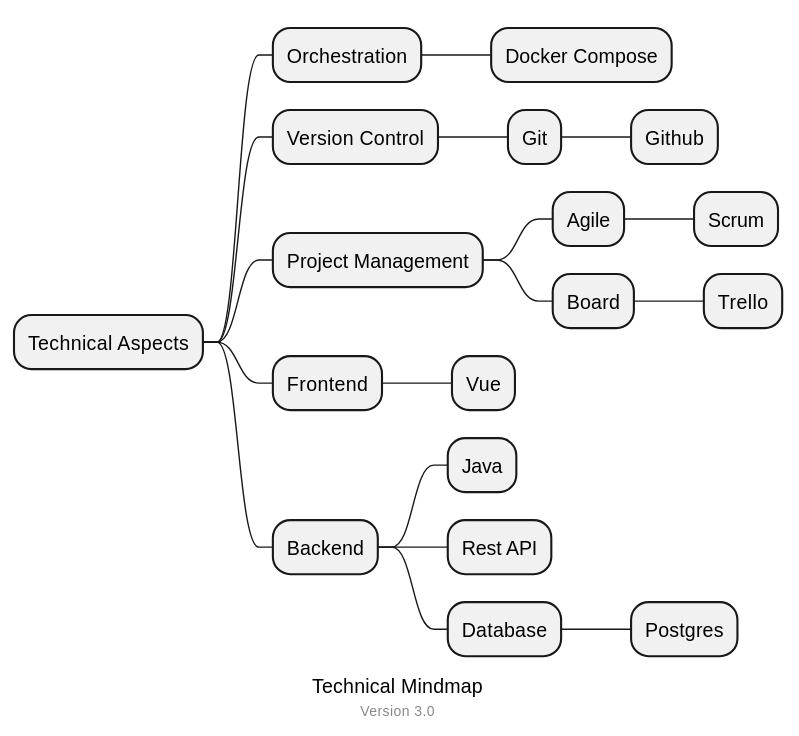
The PlantUML diagram prototype/technical_mindmap.svg in kamybagheri1998/hackathon, before a commit. Its diagram source:
```plantuml
@startmindmap

caption Technical Mindmap
center footer Version 3.0

* Technical Aspects

** Orchestration
*** Docker Compose

** Version Control
*** Git
**** Github

** Project Management
*** Agile
**** Scrum
*** Board
**** Trello

** Frontend
*** Vue

** Backend
*** Java
*** Rest API
*** Database
**** Postgres

@endmindmap
```
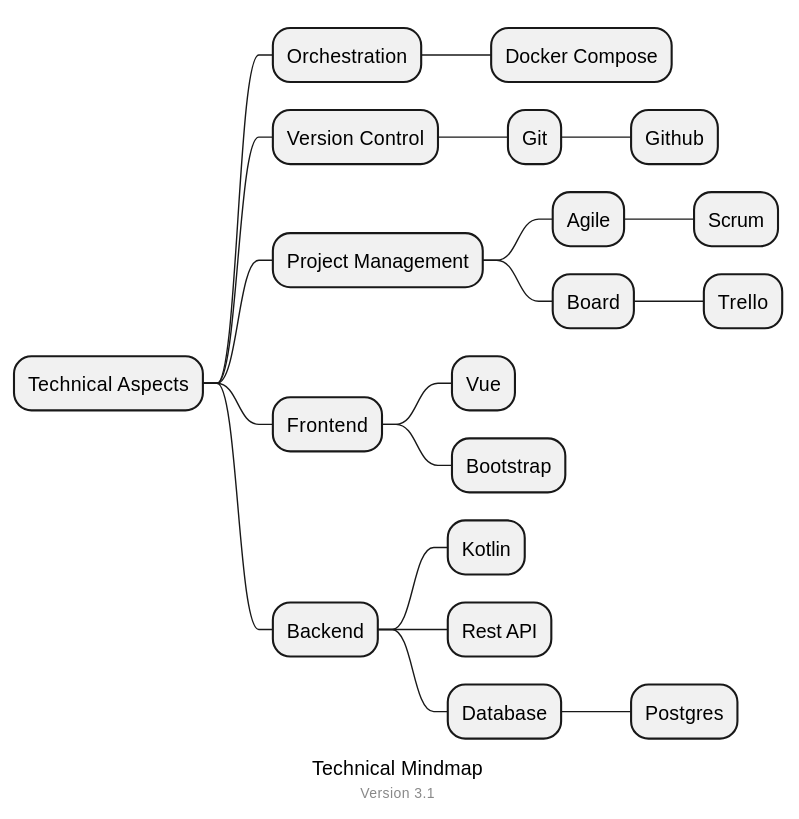
The same file after the commit.

Commit message:
Updated technical mindmap

Change to the diagram source:
```diff
@@ -1,7 +1,7 @@
 @startmindmap
 
 caption Technical Mindmap
-center footer Version 3.0
+center footer Version 3.1
 
 * Technical Aspects
 
@@ -20,9 +20,10 @@
 
 ** Frontend
 *** Vue
+*** Bootstrap
 
 ** Backend
-*** Java
+*** Kotlin
 *** Rest API
 *** Database
 **** Postgres
```
